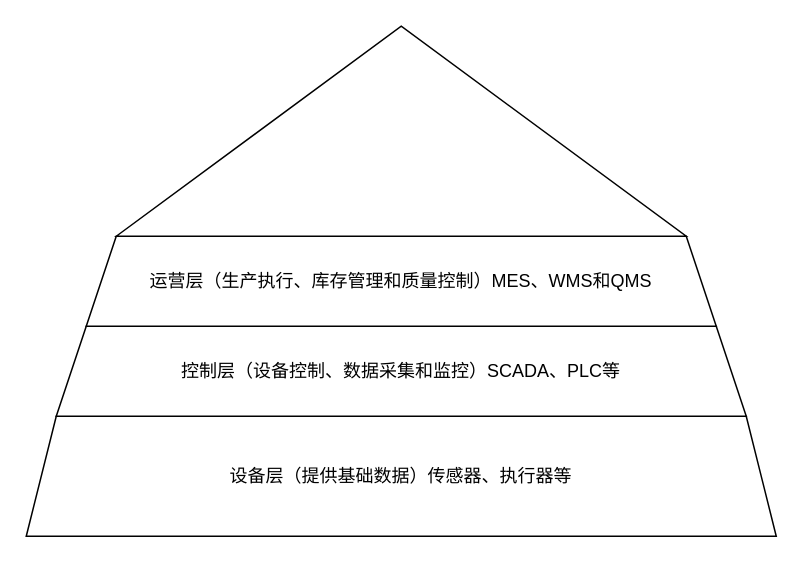
Above: test1.drawio in ronghuaye/drawio (draw.io), before the change. Source tidied: cells renumbered, new cells numbered last; positions are measured from the earlier drawing's top-left corner, leaving out a move shared by most shapes. Both pictures are drawn from the tidied source at 150%, with x=0, y=0 at pixel (26, 26).
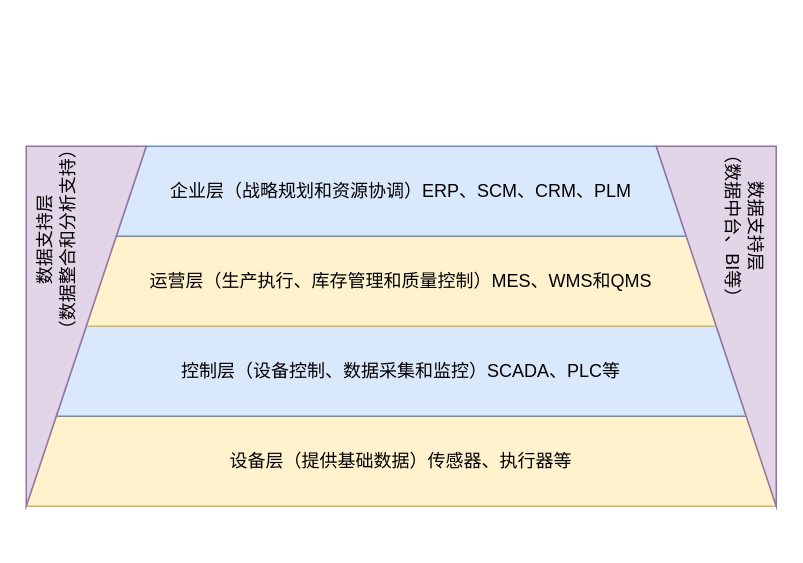
After the change.

What changed in the source:
```diff
@@
 <mxGraphModel>
   <root>
     <mxCell id="0" />
     <mxCell id="1" parent="0" />
-    <mxCell id="2" value="设备层（提供基础数据）传感器、执行器等" style="shape=trapezoid;perimeter=trapezoidPerimeter;whiteSpace=wrap;html=1;fixedSize=1;" parent="1" vertex="1">
-      <mxGeometry y="260" width="500" height="80" as="geometry" />
+    <mxCell id="2" value="设备层（提供基础数据）传感器、执行器等" style="shape=trapezoid;perimeter=trapezoidPerimeter;whiteSpace=wrap;html=1;fixedSize=1;fillColor=#fff2cc;strokeColor=#d6b656;" parent="1" vertex="1">
+      <mxGeometry y="260" width="500" height="60" as="geometry" />
     </mxCell>
-    <mxCell id="3" value="控制层（设备控制、数据采集和监控）SCADA、PLC等" style="shape=trapezoid;perimeter=trapezoidPerimeter;whiteSpace=wrap;html=1;fixedSize=1;" parent="1" vertex="1">
+    <mxCell id="3" value="控制层（设备控制、数据采集和监控）SCADA、PLC等" style="shape=trapezoid;perimeter=trapezoidPerimeter;whiteSpace=wrap;html=1;fixedSize=1;fillColor=#dae8fc;strokeColor=#6c8ebf;" parent="1" vertex="1">
       <mxGeometry x="20" y="200" width="460" height="60" as="geometry" />
     </mxCell>
-    <mxCell id="4" value="运营层（生产执行、库存管理和质量控制）MES、WMS和QMS" style="shape=trapezoid;perimeter=trapezoidPerimeter;whiteSpace=wrap;html=1;fixedSize=1;" parent="1" vertex="1">
+    <mxCell id="4" value="运营层（生产执行、库存管理和质量控制）MES、WMS和QMS" style="shape=trapezoid;perimeter=trapezoidPerimeter;whiteSpace=wrap;html=1;fixedSize=1;fillColor=#fff2cc;strokeColor=#d6b656;" parent="1" vertex="1">
       <mxGeometry x="40" y="140" width="420" height="60" as="geometry" />
     </mxCell>
-    <mxCell id="5" style="verticalLabelPosition=bottom;verticalAlign=top;html=1;shape=mxgraph.basic.acute_triangle;dx=0.5;" parent="1" vertex="1">
-      <mxGeometry x="60" width="380" height="140" as="geometry" />
-    </mxCell>
+    <mxCell id="6" value="企业层（战略规划和资源协调）ERP、SCM、CRM、PLM" style="shape=trapezoid;perimeter=trapezoidPerimeter;whiteSpace=wrap;html=1;fixedSize=1;fillColor=#dae8fc;strokeColor=#6c8ebf;" parent="1" vertex="1">
+      <mxGeometry x="60" y="80" width="380" height="60" as="geometry" />
+    </mxCell>
+    <mxCell id="7" style="verticalLabelPosition=bottom;verticalAlign=top;html=1;shape=mxgraph.basic.orthogonal_triangle;rotation=90;fillColor=#e1d5e7;strokeColor=#9673a6;" parent="1" vertex="1">
+      <mxGeometry x="-80" y="160" width="240" height="80" as="geometry" />
+    </mxCell>
+    <mxCell id="8" style="verticalLabelPosition=bottom;verticalAlign=top;html=1;shape=mxgraph.basic.orthogonal_triangle;rotation=-180;fillColor=#e1d5e7;strokeColor=#9673a6;" parent="1" vertex="1">
+      <mxGeometry x="420" y="80" width="80" height="240" as="geometry" />
+    </mxCell>
+    <mxCell id="9" value="数据支持层&lt;div&gt;（数据中台、BI等）&lt;/div&gt;" style="text;html=1;align=center;verticalAlign=middle;strokeColor=none;fillColor=none;rotation=90;" parent="1" vertex="1">
+      <mxGeometry x="414" y="113" width="130" height="40" as="geometry" />
+    </mxCell>
+    <mxCell id="10" value="数据支持层&lt;div&gt;（数据整合和分析支持）&lt;/div&gt;" style="text;html=1;align=center;verticalAlign=middle;strokeColor=none;fillColor=none;rotation=-90;" parent="1" vertex="1">
+      <mxGeometry x="-60" y="123" width="160" height="40" as="geometry" />
+    </mxCell>
   </root>
 </mxGraphModel>
```
